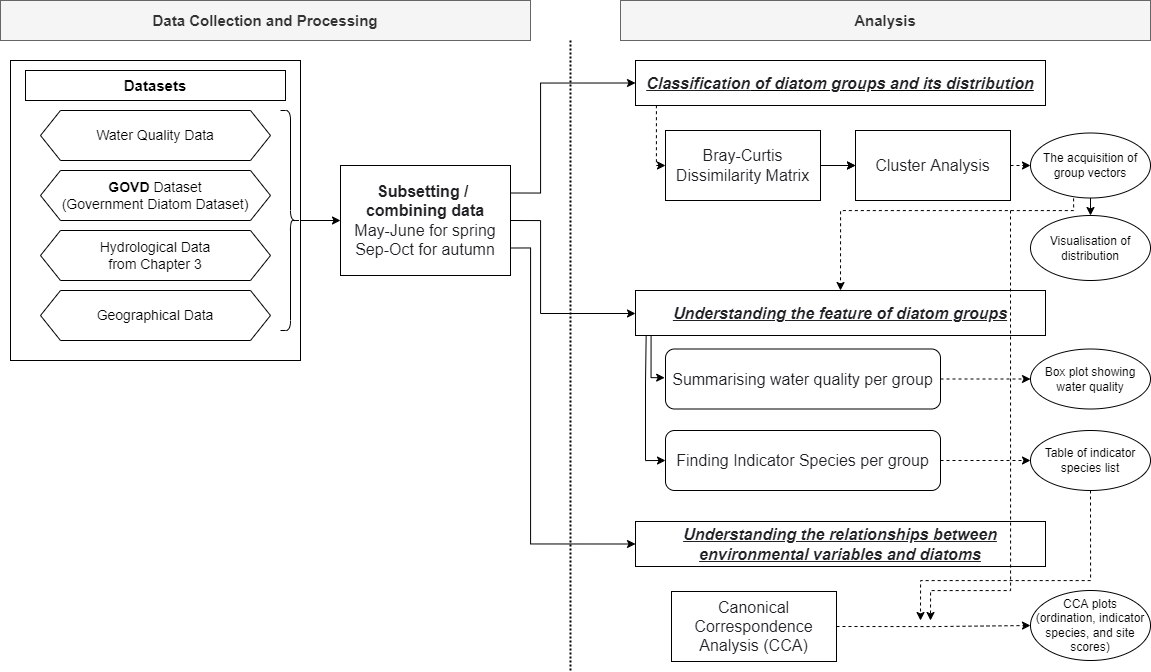
muyeoljung/PhD_Studyarea keeps this draw.io diagram as Chapter6_Flowchart.png. Above is the earlier version. Source tidied: cells renumbered, new cells last; positions are measured from the earlier drawing's top-left corner, leaving out a move shared by most shapes.
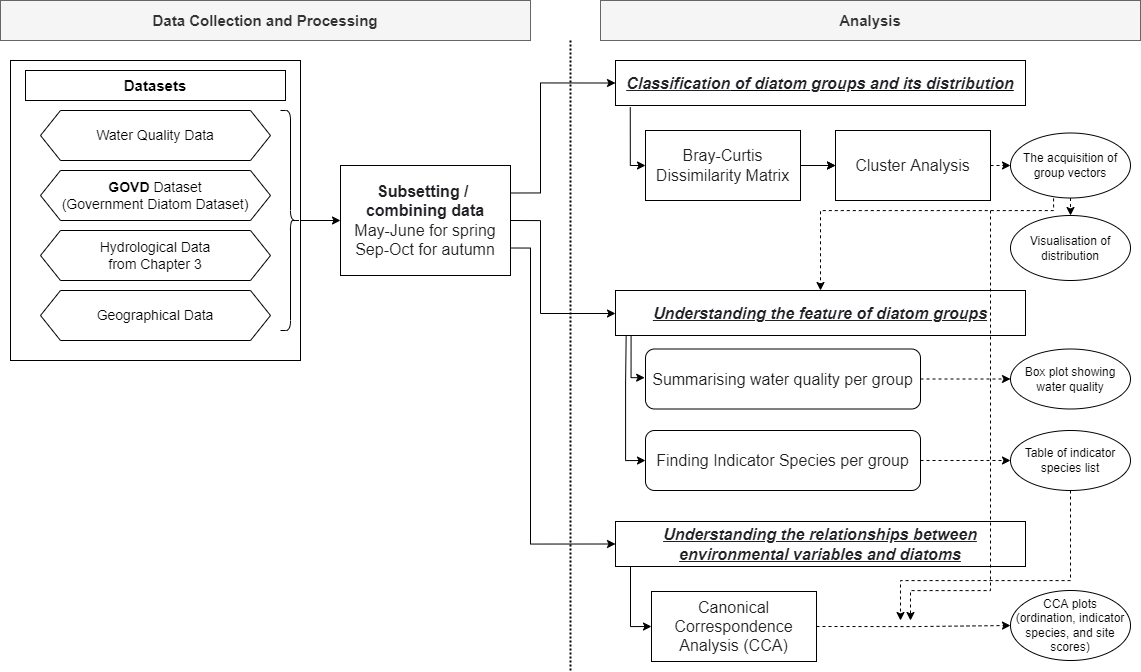
After the commit.

Diff of the diagram source:
```diff
@@ -3,22 +3,22 @@
     <mxCell id="0" />
     <mxCell id="1" parent="0" />
     <mxCell id="2" style="rounded=0;whiteSpace=wrap;html=1;" parent="1" vertex="1">
-      <mxGeometry x="10" y="60" width="290" height="300" as="geometry" />
+      <mxGeometry x="30" y="60" width="290" height="300" as="geometry" />
     </mxCell>
     <mxCell id="3" value="&lt;font style=&quot;font-size: 15px&quot;&gt;Datasets&lt;/font&gt;" style="rounded=0;whiteSpace=wrap;html=1;fontStyle=1;" parent="1" vertex="1">
-      <mxGeometry x="25" y="70" width="260" height="30" as="geometry" />
+      <mxGeometry x="45" y="70" width="260" height="30" as="geometry" />
     </mxCell>
     <mxCell id="4" value="&lt;font style=&quot;font-size: 14px&quot;&gt;Water Quality Data&lt;/font&gt;" style="shape=hexagon;perimeter=hexagonPerimeter2;whiteSpace=wrap;html=1;fixedSize=1;" parent="1" vertex="1">
-      <mxGeometry x="40" y="110" width="230" height="50" as="geometry" />
+      <mxGeometry x="60" y="110" width="230" height="50" as="geometry" />
     </mxCell>
     <mxCell id="5" value="&lt;font style=&quot;font-size: 14px&quot;&gt;&lt;b&gt;GOVD&lt;/b&gt; Dataset&lt;br&gt;(Government Diatom Dataset)&lt;br&gt;&lt;/font&gt;" style="shape=hexagon;perimeter=hexagonPerimeter2;whiteSpace=wrap;html=1;fixedSize=1;" parent="1" vertex="1">
-      <mxGeometry x="40" y="170" width="230" height="50" as="geometry" />
+      <mxGeometry x="60" y="170" width="230" height="50" as="geometry" />
     </mxCell>
     <mxCell id="6" value="&lt;font style=&quot;font-size: 14px&quot;&gt;Hydrological Data&lt;br&gt;from Chapter 3&lt;br&gt;&lt;/font&gt;" style="shape=hexagon;perimeter=hexagonPerimeter2;whiteSpace=wrap;html=1;fixedSize=1;" parent="1" vertex="1">
-      <mxGeometry x="40" y="230" width="230" height="50" as="geometry" />
+      <mxGeometry x="60" y="230" width="230" height="50" as="geometry" />
     </mxCell>
     <mxCell id="7" value="&lt;font style=&quot;font-size: 15px&quot;&gt;&lt;b&gt;Analysis&lt;/b&gt;&lt;/font&gt;" style="rounded=0;whiteSpace=wrap;html=1;fillColor=#f5f5f5;strokeColor=#666666;fontColor=#333333;" parent="1" vertex="1">
-      <mxGeometry x="620" width="530" height="40" as="geometry" />
+      <mxGeometry x="620" width="540" height="40" as="geometry" />
     </mxCell>
     <mxCell id="8" style="edgeStyle=orthogonalEdgeStyle;rounded=0;jettySize=auto;html=1;exitX=1;exitY=0.5;exitDx=0;exitDy=0;entryX=0;entryY=0.5;entryDx=0;entryDy=0;dashed=1;startArrow=none;startFill=0;endArrow=classic;endFill=1;" parent="1" edge="1" source="9" target="29">
       <mxGeometry relative="1" as="geometry" />
@@ -27,14 +27,22 @@
       <mxGeometry x="855" y="130" width="155" height="70" as="geometry" />
     </mxCell>
     <mxCell id="10" value="&lt;font style=&quot;font-size: 15px&quot;&gt;&lt;span&gt;Data Collection and Processing&lt;/span&gt;&lt;/font&gt;" style="rounded=0;whiteSpace=wrap;html=1;fillColor=#f5f5f5;strokeColor=#666666;fontColor=#333333;fontStyle=1;" parent="1" vertex="1">
-      <mxGeometry width="530" height="40" as="geometry" />
+      <mxGeometry x="20" width="530" height="40" as="geometry" />
     </mxCell>
     <mxCell id="11" style="line;strokeWidth=2;direction=south;html=1;dashed=1;dashPattern=1 1;" parent="1" vertex="1">
-      <mxGeometry x="565" y="40" width="10" height="630" as="geometry" />
+      <mxGeometry x="585" y="40" width="10" height="630" as="geometry" />
     </mxCell>
     <mxCell id="12" style="edgeStyle=orthogonalEdgeStyle;rounded=0;jettySize=auto;html=1;exitX=1;exitY=0.5;exitDx=0;exitDy=0;entryX=0;entryY=0.5;entryDx=0;entryDy=0;dashed=1;startArrow=none;startFill=0;endArrow=classic;endFill=1;" parent="1" edge="1" source="13" target="40">
       <mxGeometry relative="1" as="geometry" />
     </mxCell>
+    <mxCell id="43" style="edgeStyle=orthogonalEdgeStyle;rounded=0;jettySize=auto;html=1;exitX=0;exitY=0.5;exitDx=0;exitDy=0;startArrow=classic;startFill=1;endArrow=none;endFill=0;entryX=0.036;entryY=1.012;entryDx=0;entryDy=0;entryPerimeter=0;" parent="1" edge="1" source="13" target="20">
+      <mxGeometry relative="1" as="geometry">
+        <Array as="points">
+          <mxPoint x="650" y="626" />
+          <mxPoint x="650" y="566" />
+        </Array>
+      </mxGeometry>
+    </mxCell>
     <mxCell id="13" value="&lt;font color=&quot;#202124&quot; face=&quot;apple sd gothic neo, arial, sans-serif&quot;&gt;&lt;span style=&quot;font-size: 16px ; background-color: rgb(255 , 255 , 255)&quot;&gt;Canonical Correspondence Analysis (CCA)&lt;/span&gt;&lt;/font&gt;" style="rounded=0;whiteSpace=wrap;html=1;align=center;" parent="1" vertex="1">
       <mxGeometry x="671" y="591" width="165" height="70" as="geometry" />
     </mxCell>
@@ -44,10 +52,10 @@
     <mxCell id="15" style="edgeStyle=orthogonalEdgeStyle;rounded=0;jettySize=auto;html=1;" parent="1" edge="1" source="17" target="9">
       <mxGeometry relative="1" as="geometry" />
     </mxCell>
-    <mxCell id="16" style="edgeStyle=orthogonalEdgeStyle;rounded=0;jettySize=auto;html=1;exitX=0;exitY=0.5;exitDx=0;exitDy=0;startArrow=classic;startFill=1;endArrow=none;endFill=0;entryX=0.051;entryY=0.984;entryDx=0;entryDy=0;entryPerimeter=0;dashed=1;" parent="1" edge="1" source="17" target="18">
+    <mxCell id="16" style="edgeStyle=orthogonalEdgeStyle;rounded=0;jettySize=auto;html=1;exitX=0;exitY=0.5;exitDx=0;exitDy=0;startArrow=classic;startFill=1;endArrow=none;endFill=0;entryX=0.036;entryY=1.04;entryDx=0;entryDy=0;entryPerimeter=0;" parent="1" edge="1" source="17" target="18">
       <mxGeometry relative="1" as="geometry">
         <Array as="points">
-          <mxPoint x="656" y="165" />
+          <mxPoint x="650" y="165" />
         </Array>
       </mxGeometry>
     </mxCell>
@@ -66,33 +74,32 @@
     <mxCell id="21" style="edgeStyle=orthogonalEdgeStyle;rounded=0;jettySize=auto;html=1;exitX=1;exitY=0.75;exitDx=0;exitDy=0;entryX=0;entryY=0.5;entryDx=0;entryDy=0;" parent="1" edge="1" source="24" target="20">
       <mxGeometry relative="1" as="geometry">
         <Array as="points">
-          <mxPoint x="530" y="247" />
-          <mxPoint x="530" y="543" />
+          <mxPoint x="550" y="247" />
+          <mxPoint x="550" y="543" />
         </Array>
       </mxGeometry>
     </mxCell>
-    <mxCell id="22" style="edgeStyle=orthogonalEdgeStyle;rounded=0;jettySize=auto;html=1;exitX=1;exitY=0.5;exitDx=0;exitDy=0;entryX=0;entryY=0.5;entryDx=0;entryDy=0;" parent="1" edge="1" source="24" target="19">
+    <mxCell id="22" style="edgeStyle=orthogonalEdgeStyle;rounded=0;jettySize=auto;html=1;exitX=1;exitY=0.5;exitDx=0;exitDy=0;" parent="1" edge="1" source="24" target="19">
       <mxGeometry relative="1" as="geometry">
         <Array as="points">
-          <mxPoint x="540" y="220" />
-          <mxPoint x="540" y="313" />
-          <mxPoint x="635" y="313" />
+          <mxPoint x="560" y="220" />
+          <mxPoint x="560" y="313" />
         </Array>
       </mxGeometry>
     </mxCell>
     <mxCell id="23" style="edgeStyle=orthogonalEdgeStyle;rounded=0;jettySize=auto;html=1;exitX=1;exitY=0.25;exitDx=0;exitDy=0;entryX=0;entryY=0.5;entryDx=0;entryDy=0;startArrow=none;startFill=0;endArrow=classic;endFill=1;" parent="1" edge="1" source="24" target="18">
       <mxGeometry relative="1" as="geometry">
         <Array as="points">
-          <mxPoint x="540" y="193" />
-          <mxPoint x="540" y="83" />
+          <mxPoint x="560" y="193" />
+          <mxPoint x="560" y="83" />
         </Array>
       </mxGeometry>
     </mxCell>
     <mxCell id="24" value="&lt;font color=&quot;#202124&quot; face=&quot;apple sd gothic neo, arial, sans-serif&quot;&gt;&lt;span style=&quot;background-color: rgb(255 , 255 , 255)&quot;&gt;&lt;span style=&quot;font-size: 16px&quot;&gt;&lt;b&gt;Subsetting /&amp;nbsp;&lt;br&gt;combining data&lt;/b&gt;&lt;br&gt;May-June for spring&lt;br&gt;Sep-Oct for autumn&lt;br&gt;&lt;/span&gt;&lt;/span&gt;&lt;/font&gt;" style="rounded=0;whiteSpace=wrap;html=1;" parent="1" vertex="1">
-      <mxGeometry x="340" y="165" width="170" height="110" as="geometry" />
+      <mxGeometry x="360" y="165" width="170" height="110" as="geometry" />
     </mxCell>
     <mxCell id="25" value="&lt;font style=&quot;font-size: 14px&quot;&gt;Geographical Data&lt;/font&gt;" style="shape=hexagon;perimeter=hexagonPerimeter2;whiteSpace=wrap;html=1;fixedSize=1;" parent="1" vertex="1">
-      <mxGeometry x="40" y="290" width="230" height="50" as="geometry" />
+      <mxGeometry x="60" y="290" width="230" height="50" as="geometry" />
     </mxCell>
     <mxCell id="26" style="edgeStyle=orthogonalEdgeStyle;rounded=0;orthogonalLoop=1;jettySize=auto;html=1;dashed=1;startArrow=none;startFill=0;endArrow=classic;endFill=1;" parent="1" edge="1">
       <mxGeometry relative="1" as="geometry">
@@ -112,7 +119,7 @@
         </Array>
       </mxGeometry>
     </mxCell>
-    <mxCell id="28" style="edgeStyle=orthogonalEdgeStyle;rounded=0;jettySize=auto;html=1;exitX=0.5;exitY=1;exitDx=0;exitDy=0;entryX=0.5;entryY=0;entryDx=0;entryDy=0;" parent="1" edge="1" source="29" target="30">
+    <mxCell id="28" style="edgeStyle=orthogonalEdgeStyle;rounded=0;jettySize=auto;html=1;exitX=0.5;exitY=1;exitDx=0;exitDy=0;entryX=0.5;entryY=0;entryDx=0;entryDy=0;dashed=1;" parent="1" edge="1" source="29" target="30">
       <mxGeometry relative="1" as="geometry" />
     </mxCell>
     <mxCell id="29" value="The acquisition of group vectors" style="ellipse;whiteSpace=wrap;html=1;" parent="1" vertex="1">
@@ -165,7 +172,7 @@
       <mxGeometry relative="1" as="geometry" />
     </mxCell>
     <mxCell id="42" style="shape=curlyBracket;whiteSpace=wrap;html=1;rounded=1;flipH=1;" parent="1" vertex="1">
-      <mxGeometry x="280" y="110" width="20" height="220" as="geometry" />
+      <mxGeometry x="300" y="110" width="20" height="220" as="geometry" />
     </mxCell>
   </root>
 </mxGraphModel>
```
